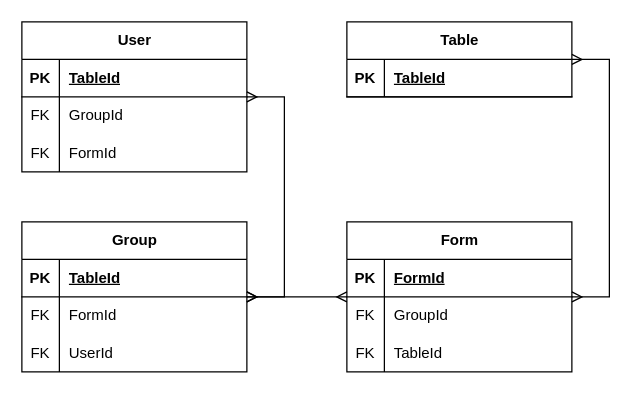
NitinKotian76/GayatriApp-1 keeps this draw.io diagram as page "Page-5" (5 of 5) of documentation/gayatriApp.drawio. Above is the earlier version. Source tidied: cells renumbered, new cells numbered last; positions are measured from the earlier drawing's top-left corner, leaving out a move shared by most shapes. Both pictures are drawn from the tidied source at 125%, with x=0, y=0 at pixel (21, 21).
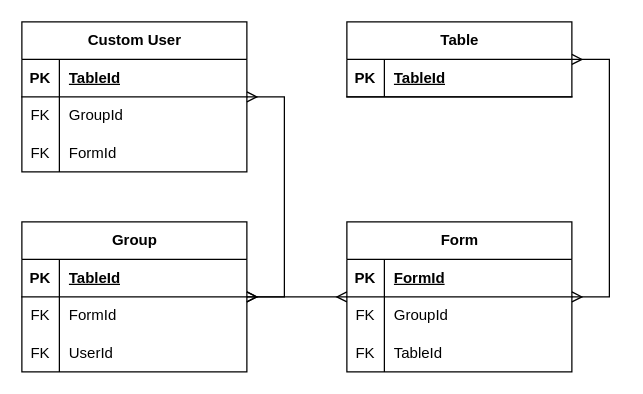
The same diagram, later.

What changed in the source:
```diff
@@
-    <mxCell id="17" value="User" style="shape=table;startSize=30;childLayout=tableLayout;rowLines=0;fontStyle=1;align=center;html=1;" parent="1" vertex="1">
+    <mxCell id="17" value="Custom User" style="shape=table;startSize=30;childLayout=tableLayout;rowLines=0;fontStyle=1;align=center;html=1;" parent="1" vertex="1">
       <mxGeometry width="180" height="120" as="geometry" />
     </mxCell>
```
